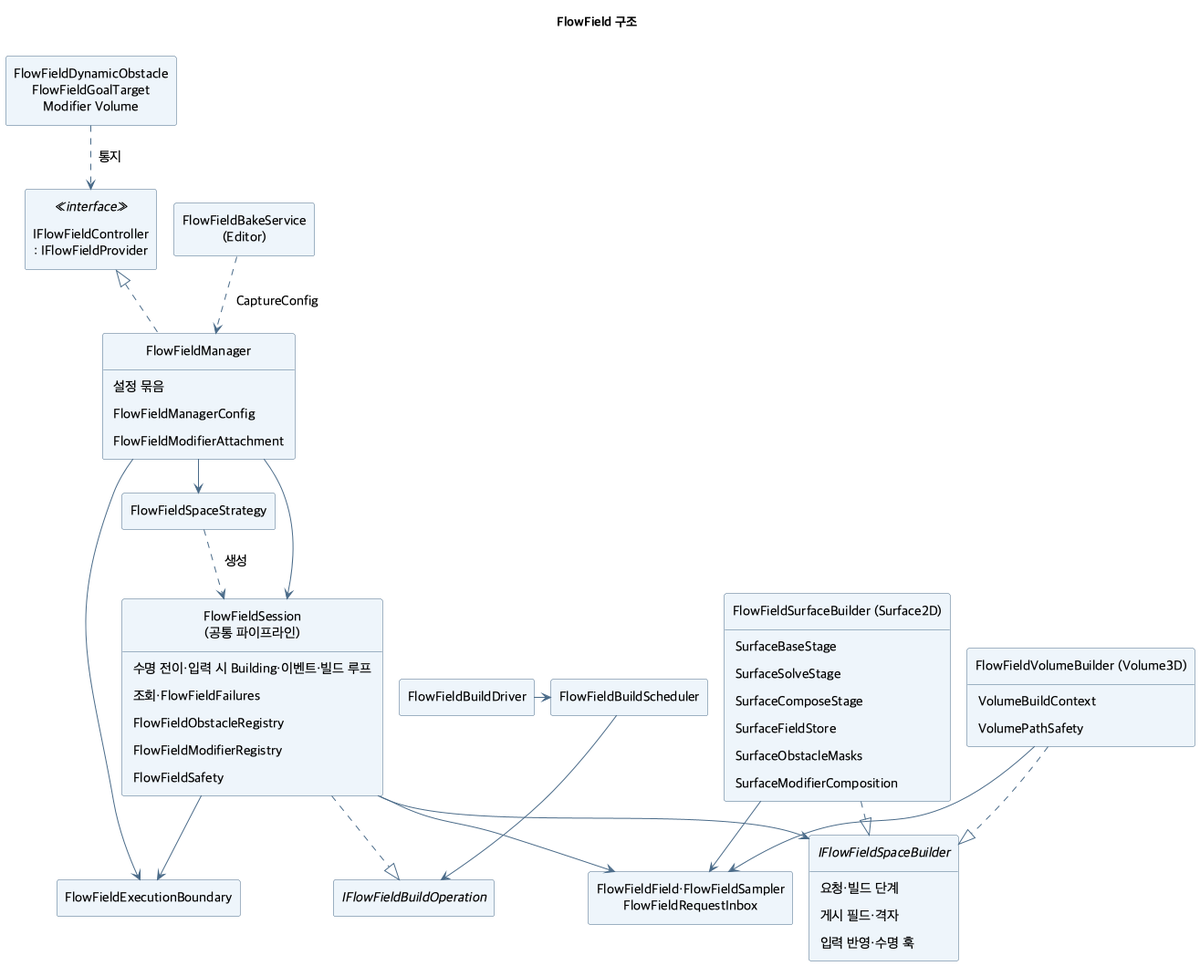
This is ToyProject/Assets/_FlowField/Docs/Images/flowfield-structure.png from youwonsock/tool-unity-editor, a PlantUML export, as it was before one commit.
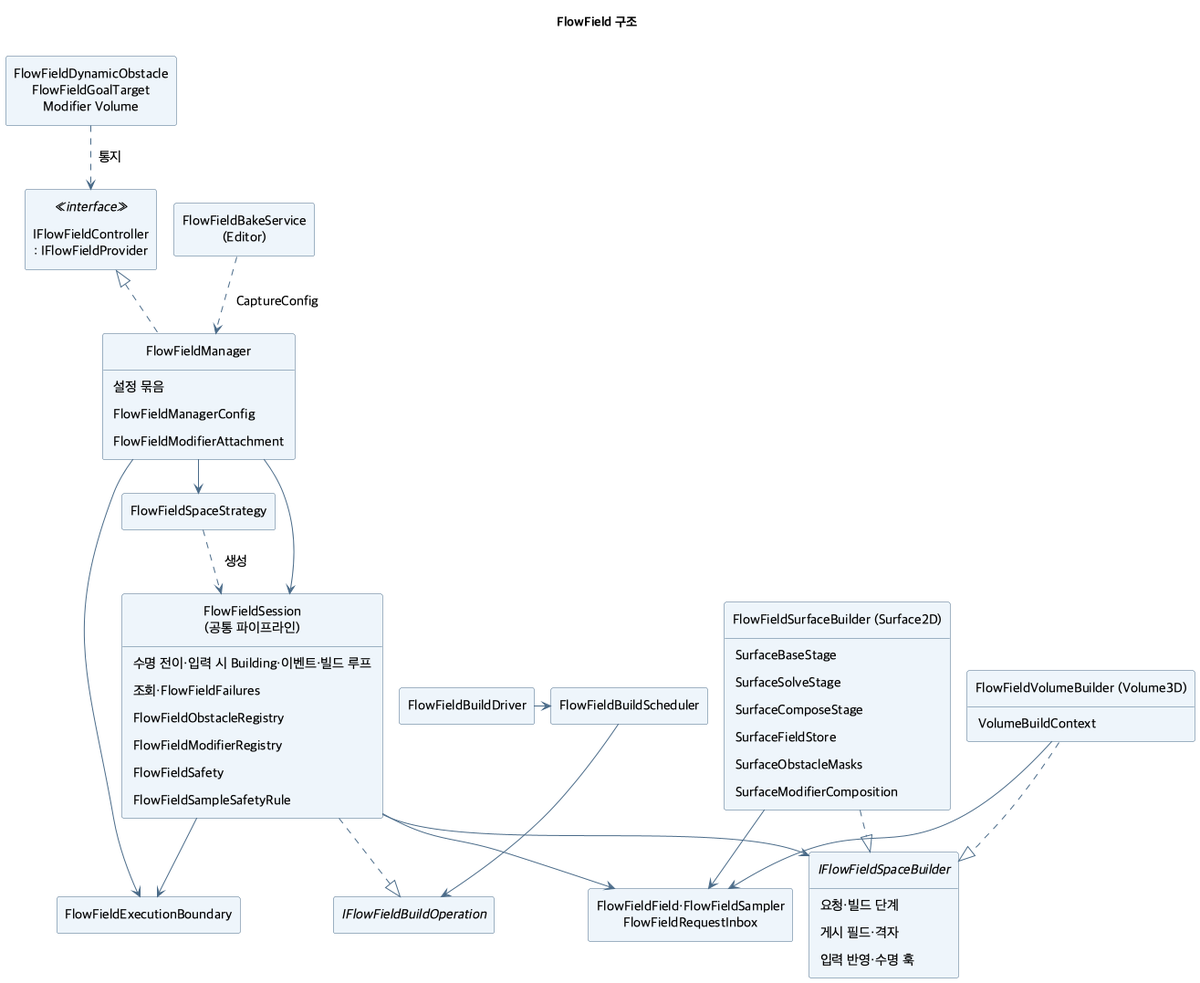
After the change.

Change to the diagram source:
```diff
@@ -28,6 +28,7 @@
   FlowFieldObstacleRegistry
   FlowFieldModifierRegistry
   FlowFieldSafety
+  FlowFieldSampleSafetyRule
 }
 interface IFlowFieldSpaceBuilder {
   요청·빌드 단계
@@ -44,7 +45,6 @@
 }
 class "FlowFieldVolumeBuilder (Volume3D)" as Volume {
   VolumeBuildContext
-  VolumePathSafety
 }
 class "FlowFieldField·FlowFieldSampler\nFlowFieldRequestInbox" as Shared
 class "FlowFieldBakeService\n(Editor)" as BakeService
```
